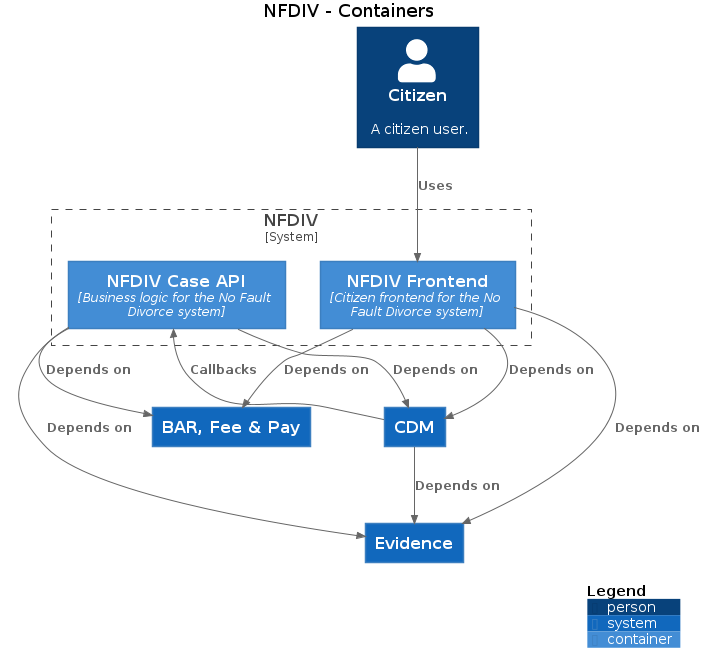
Above: docs/c4/nfdiv/images/structurizr-nfdiv-citizen.png in hmcts/cnp-api-docs (PlantUML), before the change. Source of this version:
```plantuml
@startuml
title NFDIV - Containers

top to bottom direction

!includeurl https://raw.githubusercontent.com/plantuml-stdlib/C4-PlantUML/master/C4.puml
!includeurl https://raw.githubusercontent.com/plantuml-stdlib/C4-PlantUML/master/C4_Context.puml
!includeurl https://raw.githubusercontent.com/plantuml-stdlib/C4-PlantUML/master/C4_Container.puml

System(CDM, "CDM", "")
System(BARFeePay, "BAR, Fee & Pay", "")
Person(Citizen, "Citizen", "A citizen user.")
System(Evidence, "Evidence", "")

System_Boundary("NFDIV_boundary", "NFDIV") {
  Container(NFDIV.NFDIVFrontend, "NFDIV Frontend", "Citizen frontend for the No Fault Divorce system")
  Container(NFDIV.NFDIVCaseAPI, "NFDIV Case API", "Business logic for the No Fault Divorce system")
}

Rel_D(CDM, Evidence, "Depends on")
Rel_D(NFDIV.NFDIVFrontend, CDM, "Depends on")
Rel_D(NFDIV.NFDIVFrontend, BARFeePay, "Depends on")
Rel_D(NFDIV.NFDIVFrontend, Evidence, "Depends on")
Rel_D(NFDIV.NFDIVCaseAPI, CDM, "Depends on")
Rel_D(NFDIV.NFDIVCaseAPI, BARFeePay, "Depends on")
Rel_D(NFDIV.NFDIVCaseAPI, Evidence, "Depends on")
Rel_D(Citizen, NFDIV.NFDIVFrontend, "Uses")
Rel_D(CDM, NFDIV.NFDIVCaseAPI, "Callbacks")

SHOW_DYNAMIC_LEGEND()
@enduml
```
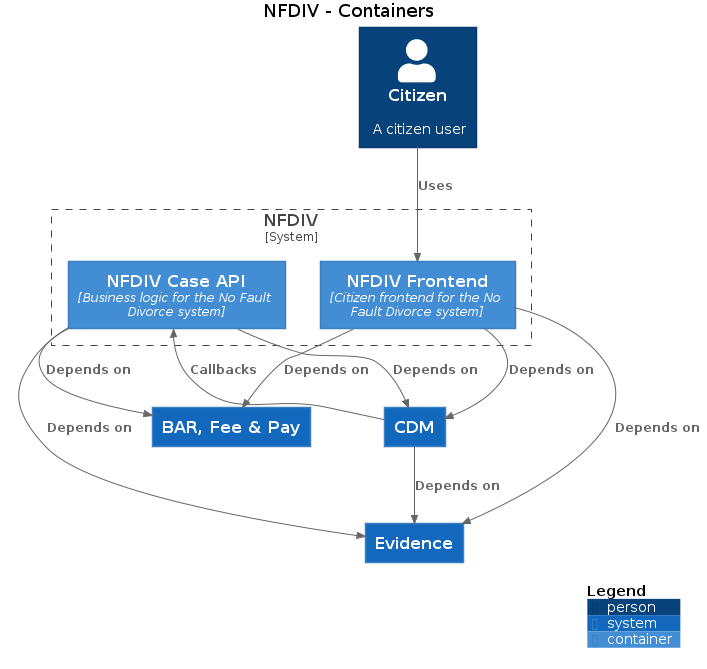
Above is the later version.

Diff of the diagram source:
```diff
@@ -9,7 +9,7 @@
 
 System(CDM, "CDM", "")
 System(BARFeePay, "BAR, Fee & Pay", "")
-Person(Citizen, "Citizen", "A citizen user.")
+Person(Citizen, "Citizen", "A citizen user")
 System(Evidence, "Evidence", "")
 
 System_Boundary("NFDIV_boundary", "NFDIV") {
```
